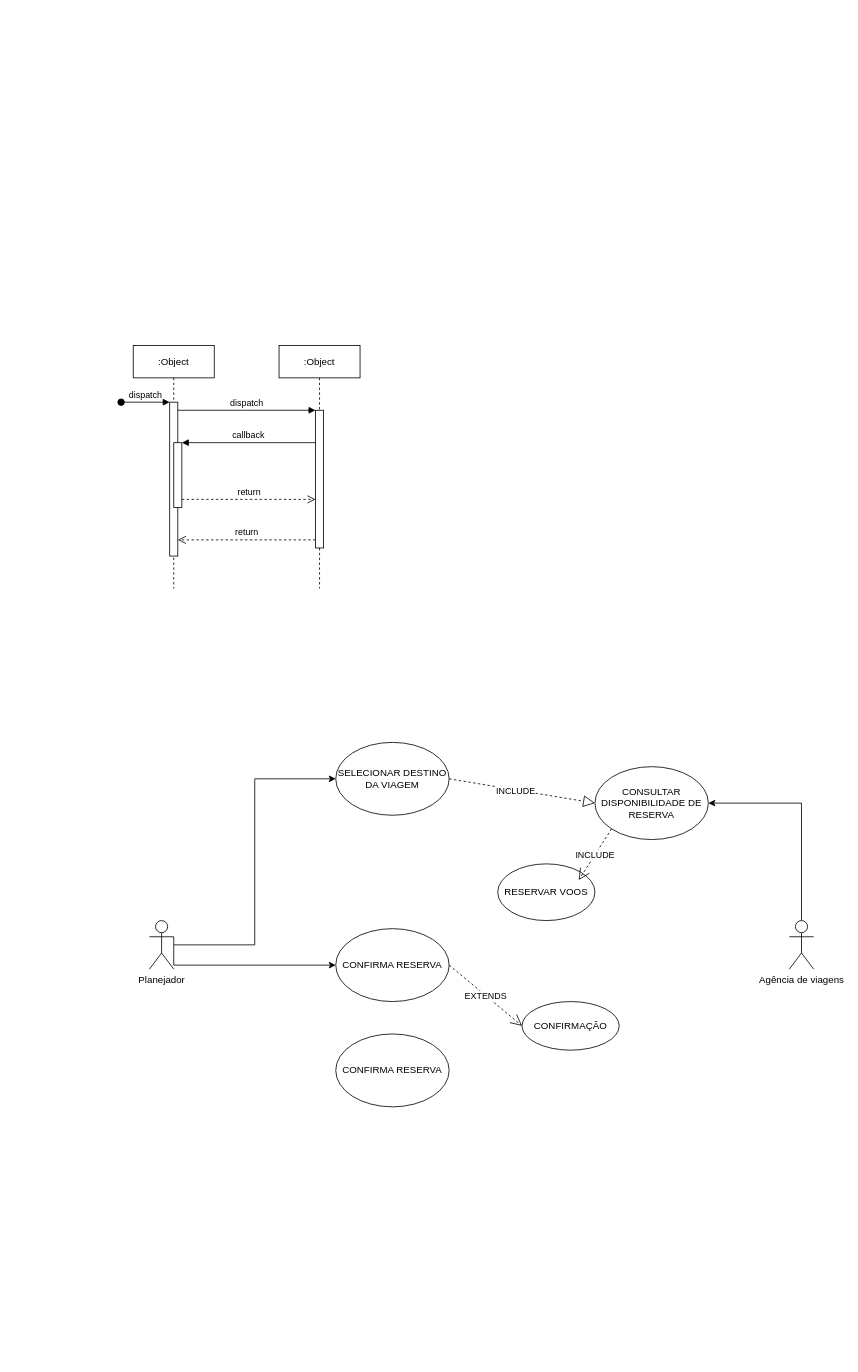
Before: Diagrama sem nome.drawio in fe1ipesena/biblioteca-Java-Swing, a draw.io diagram. Source tidied: cells renumbered, new cells numbered last; positions are measured from the earlier drawing's top-left corner, leaving out a move shared by most shapes. Both pictures are drawn from the tidied source at 81%, with x=0, y=0 at pixel (121, 345).
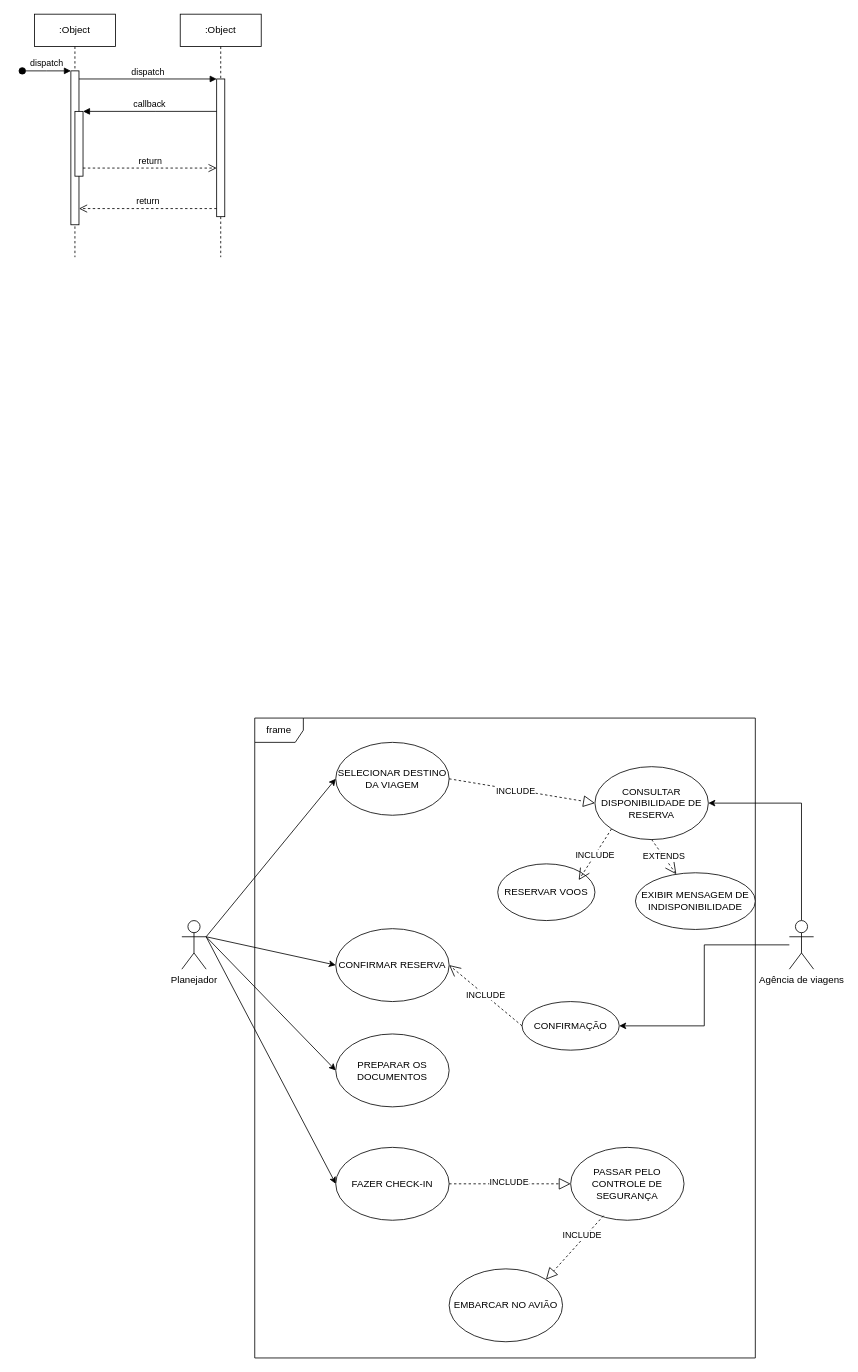
The same page after the edit.

Commit message:
ATV DE FIXAÇÃO

The change refers to these unchanged cells:
```xml
<mxCell id="3" style="html=1;points=[];perimeter=orthogonalPerimeter;outlineConnect=0;targetShapes=umlLifeline;portConstraint=eastwest;newEdgeStyle={&quot;edgeStyle&quot;:&quot;elbowEdgeStyle&quot;,&quot;elbow&quot;:&quot;vertical&quot;,&quot;curved&quot;:0,&quot;rounded&quot;:0};" parent="2" vertex="1">
  <mxGeometry x="45" y="70" width="10" height="190" as="geometry" />
</mxCell>
<mxCell id="5" style="html=1;points=[];perimeter=orthogonalPerimeter;outlineConnect=0;targetShapes=umlLifeline;portConstraint=eastwest;newEdgeStyle={&quot;edgeStyle&quot;:&quot;elbowEdgeStyle&quot;,&quot;elbow&quot;:&quot;vertical&quot;,&quot;curved&quot;:0,&quot;rounded&quot;:0};" parent="2" vertex="1">
  <mxGeometry x="50" y="120" width="10" height="80" as="geometry" />
</mxCell>
<mxCell id="7" style="html=1;points=[];perimeter=orthogonalPerimeter;outlineConnect=0;targetShapes=umlLifeline;portConstraint=eastwest;newEdgeStyle={&quot;edgeStyle&quot;:&quot;elbowEdgeStyle&quot;,&quot;elbow&quot;:&quot;vertical&quot;,&quot;curved&quot;:0,&quot;rounded&quot;:0};" parent="6" vertex="1">
  <mxGeometry x="45" y="80" width="10" height="170" as="geometry" />
</mxCell>
<mxCell id="15" value="SELECIONAR DESTINO DA VIAGEM" style="ellipse;whiteSpace=wrap;html=1;" parent="1" vertex="1">
  <mxGeometry x="265" y="490" width="140" height="90" as="geometry" />
</mxCell>
<mxCell id="17" value="Agência de viagens" style="shape=umlActor;verticalLabelPosition=bottom;verticalAlign=top;html=1;outlineConnect=0;" parent="1" vertex="1">
  <mxGeometry x="825" y="710" width="30" height="60" as="geometry" />
</mxCell>
<mxCell id="18" value="CONSULTAR DISPONIBILIDADE DE RESERVA" style="ellipse;whiteSpace=wrap;html=1;" parent="1" vertex="1">
  <mxGeometry x="585" y="520" width="140" height="90" as="geometry" />
</mxCell>
<mxCell id="24" value="CONFIRMAÇÃO" style="ellipse;whiteSpace=wrap;html=1;" parent="1" vertex="1">
  <mxGeometry x="495" y="810" width="120" height="60" as="geometry" />
</mxCell>
```

What changed in the source:
```diff
@@
     <mxCell id="2" value=":Object" style="shape=umlLifeline;perimeter=lifelinePerimeter;whiteSpace=wrap;html=1;newEdgeStyle={&quot;edgeStyle&quot;:&quot;elbowEdgeStyle&quot;,&quot;elbow&quot;:&quot;vertical&quot;,&quot;curved&quot;:0,&quot;rounded&quot;:0};" parent="1" vertex="1">
-      <mxGeometry x="15" width="100" height="300" as="geometry" />
+      <mxGeometry x="-107" y="-409" width="100" height="300" as="geometry" />
     </mxCell>
@@
     <mxCell id="6" value=":Object" style="shape=umlLifeline;perimeter=lifelinePerimeter;whiteSpace=wrap;html=1;newEdgeStyle={&quot;edgeStyle&quot;:&quot;elbowEdgeStyle&quot;,&quot;elbow&quot;:&quot;vertical&quot;,&quot;curved&quot;:0,&quot;rounded&quot;:0};" parent="1" vertex="1">
-      <mxGeometry x="195" width="100" height="300" as="geometry" />
+      <mxGeometry x="73" y="-409" width="100" height="300" as="geometry" />
     </mxCell>
@@
     <mxCell id="8" value="dispatch" style="html=1;verticalAlign=bottom;endArrow=block;edgeStyle=elbowEdgeStyle;elbow=vertical;curved=0;rounded=0;" parent="1" edge="1" source="3" target="7">
       <mxGeometry relative="1" as="geometry">
         <Array as="points">
-          <mxPoint x="155" y="80" />
+          <mxPoint x="33" y="-329" />
         </Array>
       </mxGeometry>
     </mxCell>
     <mxCell id="9" value="return" style="html=1;verticalAlign=bottom;endArrow=open;dashed=1;endSize=8;edgeStyle=elbowEdgeStyle;elbow=vertical;curved=0;rounded=0;" parent="1" edge="1" source="7" target="3">
       <mxGeometry relative="1" as="geometry">
         <Array as="points">
-          <mxPoint x="165" y="240" />
+          <mxPoint x="43" y="-169" />
         </Array>
       </mxGeometry>
     </mxCell>
     <mxCell id="10" value="callback" style="html=1;verticalAlign=bottom;endArrow=block;edgeStyle=elbowEdgeStyle;elbow=vertical;curved=0;rounded=0;" parent="1" edge="1" source="7" target="5">
       <mxGeometry relative="1" as="geometry">
         <Array as="points">
-          <mxPoint x="165" y="120" />
+          <mxPoint x="43" y="-289" />
         </Array>
       </mxGeometry>
     </mxCell>
     <mxCell id="11" value="return" style="html=1;verticalAlign=bottom;endArrow=open;dashed=1;endSize=8;edgeStyle=elbowEdgeStyle;elbow=vertical;curved=0;rounded=0;" parent="1" edge="1" source="5" target="7">
       <mxGeometry relative="1" as="geometry">
         <Array as="points">
-          <mxPoint x="155" y="190" />
+          <mxPoint x="33" y="-219" />
         </Array>
       </mxGeometry>
     </mxCell>
-    <mxCell id="12" style="edgeStyle=orthogonalEdgeStyle;rounded=0;jettySize=auto;html=1;entryX=0;entryY=0.5;entryDx=0;entryDy=0;" parent="1" edge="1" source="14" target="15">
-      <mxGeometry relative="1" as="geometry" />
-    </mxCell>
-    <mxCell id="13" style="edgeStyle=orthogonalEdgeStyle;rounded=0;jettySize=auto;html=1;entryX=0;entryY=0.5;entryDx=0;entryDy=0;exitX=1;exitY=0.3333333333333333;exitDx=0;exitDy=0;exitPerimeter=0;" parent="1" edge="1" source="14" target="23">
-      <mxGeometry relative="1" as="geometry">
-        <Array as="points">
-          <mxPoint x="65" y="765" />
-        </Array>
-      </mxGeometry>
-    </mxCell>
     <mxCell id="14" value="Planejador&lt;div&gt;&lt;br/&gt;&lt;/div&gt;" style="shape=umlActor;verticalLabelPosition=bottom;verticalAlign=top;html=1;outlineConnect=0;" parent="1" vertex="1">
-      <mxGeometry x="35" y="710" width="30" height="60" as="geometry" />
+      <mxGeometry x="75" y="710" width="30" height="60" as="geometry" />
     </mxCell>
@@
+    <mxCell id="27" style="edgeStyle=orthogonalEdgeStyle;rounded=0;jettySize=auto;html=1;entryX=1;entryY=0.5;entryDx=0;entryDy=0;" parent="1" edge="1" source="17" target="24">
+      <mxGeometry relative="1" as="geometry" />
+    </mxCell>
@@
-    <mxCell id="23" value="CONFIRMA RESERVA" style="ellipse;whiteSpace=wrap;html=1;" parent="1" vertex="1">
+    <mxCell id="23" value="CONFIRMAR RESERVA" style="ellipse;whiteSpace=wrap;html=1;" parent="1" vertex="1">
       <mxGeometry x="265" y="720" width="140" height="90" as="geometry" />
     </mxCell>
@@
-    <mxCell id="25" value="EXTENDS" style="endArrow=open;endSize=12;dashed=1;html=1;rounded=0;exitX=1;exitY=0.5;exitDx=0;exitDy=0;entryX=0;entryY=0.5;entryDx=0;entryDy=0;" parent="1" edge="1" source="23" target="24">
+    <mxCell id="25" value="INCLUDE" style="endArrow=open;endSize=12;dashed=1;html=1;rounded=0;entryX=1;entryY=0.5;entryDx=0;entryDy=0;exitX=0;exitY=0.5;exitDx=0;exitDy=0;" parent="1" edge="1" source="24" target="23">
       <mxGeometry relative="1" as="geometry" />
     </mxCell>
-    <mxCell id="26" value="CONFIRMA RESERVA" style="ellipse;whiteSpace=wrap;html=1;" parent="1" vertex="1">
+    <mxCell id="26" value="PREPARAR OS DOCUMENTOS" style="ellipse;whiteSpace=wrap;html=1;" parent="1" vertex="1">
       <mxGeometry x="265" y="850" width="140" height="90" as="geometry" />
     </mxCell>
+    <mxCell id="12" style="endArrow=classic;html=1;rounded=0;exitX=1;exitY=0.3333333333333333;exitDx=0;exitDy=0;exitPerimeter=0;entryX=0;entryY=0.5;entryDx=0;entryDy=0;" parent="1" edge="1" source="14" target="15">
+      <mxGeometry relative="1" as="geometry" />
+    </mxCell>
+    <mxCell id="13" style="endArrow=classic;html=1;rounded=0;exitX=1;exitY=0.3333333333333333;exitDx=0;exitDy=0;exitPerimeter=0;entryX=0;entryY=0.5;entryDx=0;entryDy=0;" parent="1" edge="1" source="14" target="23">
+      <mxGeometry relative="1" as="geometry" />
+    </mxCell>
+    <mxCell id="28" style="endArrow=classic;html=1;rounded=0;exitX=1;exitY=0.3333333333333333;exitDx=0;exitDy=0;exitPerimeter=0;entryX=0;entryY=0.5;entryDx=0;entryDy=0;" parent="1" edge="1" source="14" target="26">
+      <mxGeometry relative="1" as="geometry" />
+    </mxCell>
+    <mxCell id="29" value="FAZER CHECK-IN" style="ellipse;whiteSpace=wrap;html=1;" parent="1" vertex="1">
+      <mxGeometry x="265" y="990" width="140" height="90" as="geometry" />
+    </mxCell>
+    <mxCell id="30" value="PASSAR PELO CONTROLE DE SEGURANÇA" style="ellipse;whiteSpace=wrap;html=1;" parent="1" vertex="1">
+      <mxGeometry x="555" y="990" width="140" height="90" as="geometry" />
+    </mxCell>
+    <mxCell id="31" value="EMBARCAR NO AVIÃO" style="ellipse;whiteSpace=wrap;html=1;" parent="1" vertex="1">
+      <mxGeometry x="405" y="1140" width="140" height="90" as="geometry" />
+    </mxCell>
+    <mxCell id="32" style="endArrow=classic;html=1;rounded=0;exitX=1;exitY=0.3333333333333333;exitDx=0;exitDy=0;exitPerimeter=0;entryX=0;entryY=0.5;entryDx=0;entryDy=0;" parent="1" edge="1" source="14" target="29">
+      <mxGeometry relative="1" as="geometry" />
+    </mxCell>
+    <mxCell id="33" style="endArrow=block;dashed=1;endFill=0;endSize=12;html=1;rounded=0;exitX=1;exitY=0.5;exitDx=0;exitDy=0;" parent="1" edge="1" source="29" target="30">
+      <mxGeometry relative="1" as="geometry" />
+    </mxCell>
+    <mxCell id="34" value="INCLUDE" style="edgeLabel;html=1;align=center;verticalAlign=middle;" parent="33" vertex="1">
+      <mxGeometry x="-0.03" y="3" relative="1" as="geometry" />
+    </mxCell>
+    <mxCell id="35" style="endArrow=block;dashed=1;endFill=0;endSize=12;html=1;rounded=0;exitX=0.29;exitY=0.938;exitDx=0;exitDy=0;entryX=1;entryY=0;entryDx=0;entryDy=0;exitPerimeter=0;" parent="1" edge="1" source="30" target="31">
+      <mxGeometry relative="1" as="geometry" />
+    </mxCell>
+    <mxCell id="36" value="INCLUDE" style="edgeLabel;html=1;align=center;verticalAlign=middle;" parent="35" vertex="1">
+      <mxGeometry x="-0.32" y="-4" relative="1" as="geometry" />
+    </mxCell>
+    <mxCell id="37" value="frame" style="shape=umlFrame;whiteSpace=wrap;html=1;" parent="1" vertex="1">
+      <mxGeometry x="165" y="460" width="618" height="790" as="geometry" />
+    </mxCell>
+    <mxCell id="38" value="EXIBIR MENSAGEM DE INDISPONIBILIDADE" style="ellipse;whiteSpace=wrap;html=1;" parent="1" vertex="1">
+      <mxGeometry x="635" y="651" width="148" height="70" as="geometry" />
+    </mxCell>
+    <mxCell id="39" value="EXTENDS" style="endArrow=open;endSize=12;dashed=1;html=1;rounded=0;exitX=0.5;exitY=1;exitDx=0;exitDy=0;" parent="1" edge="1" source="18" target="38">
+      <mxGeometry relative="1" as="geometry" />
+    </mxCell>
```
